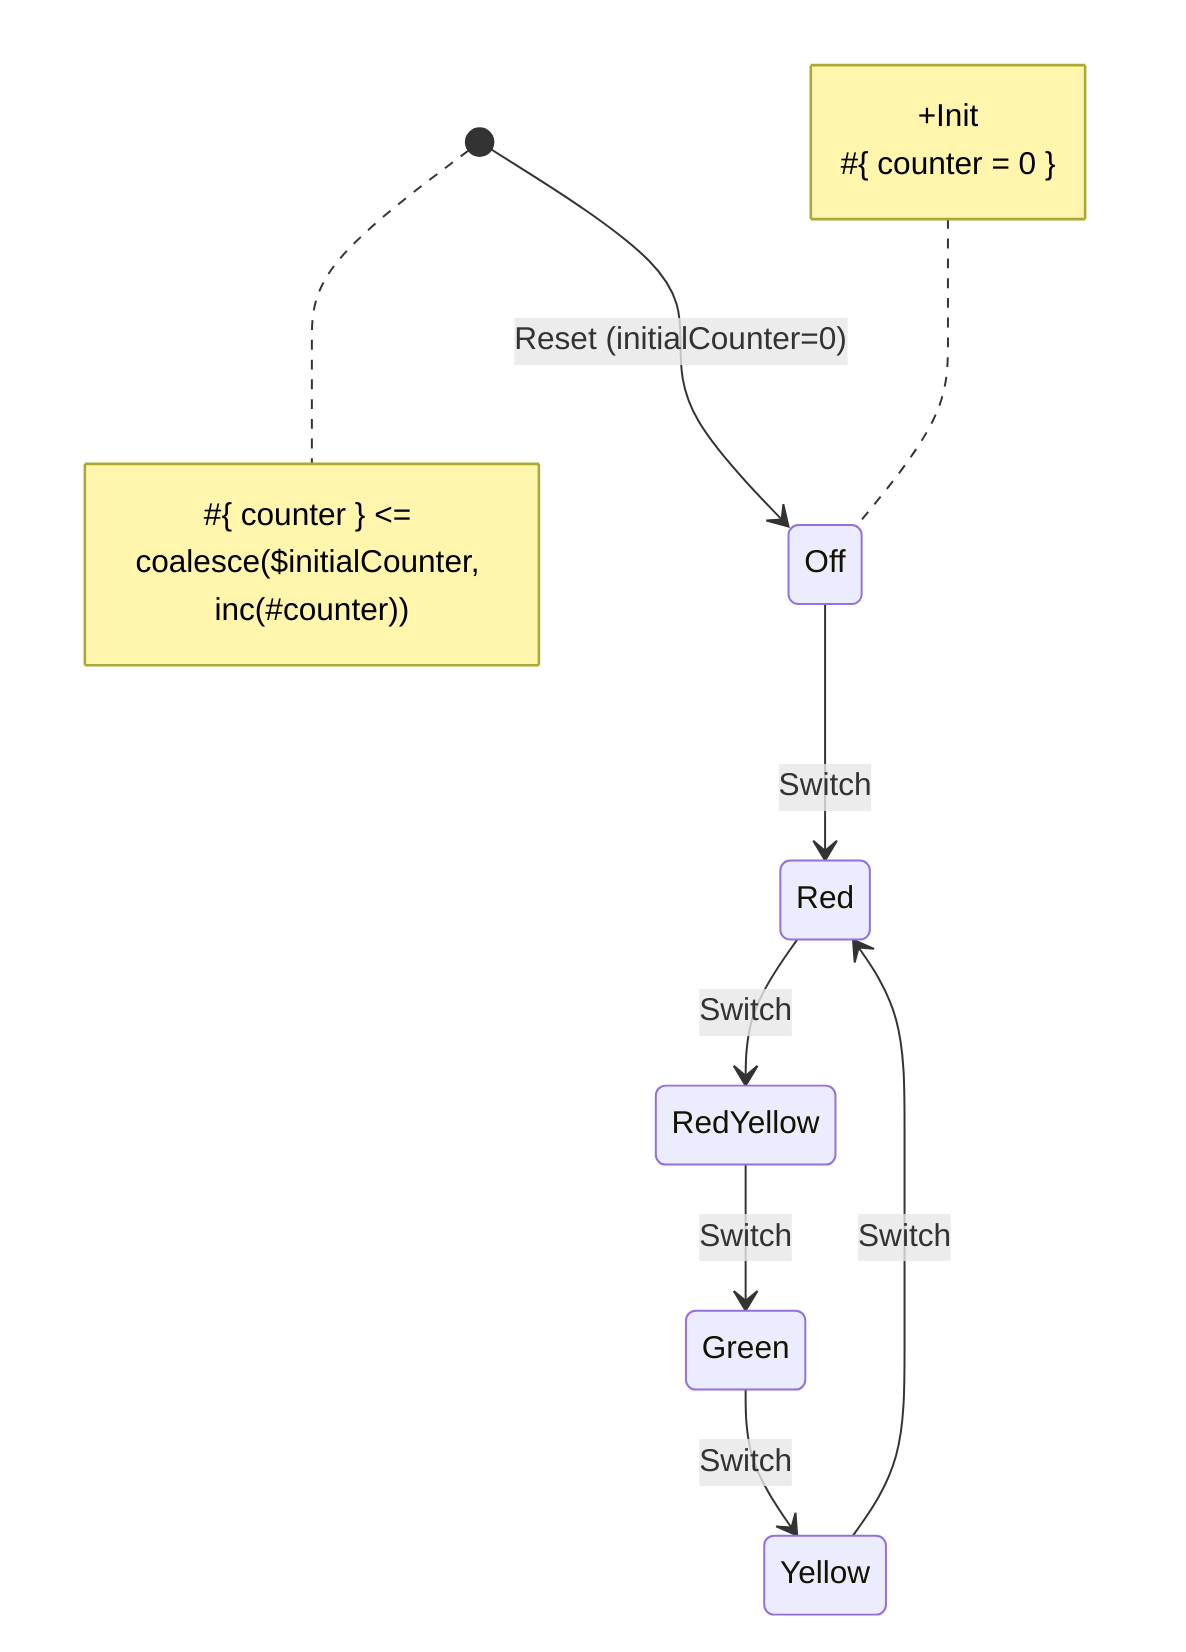
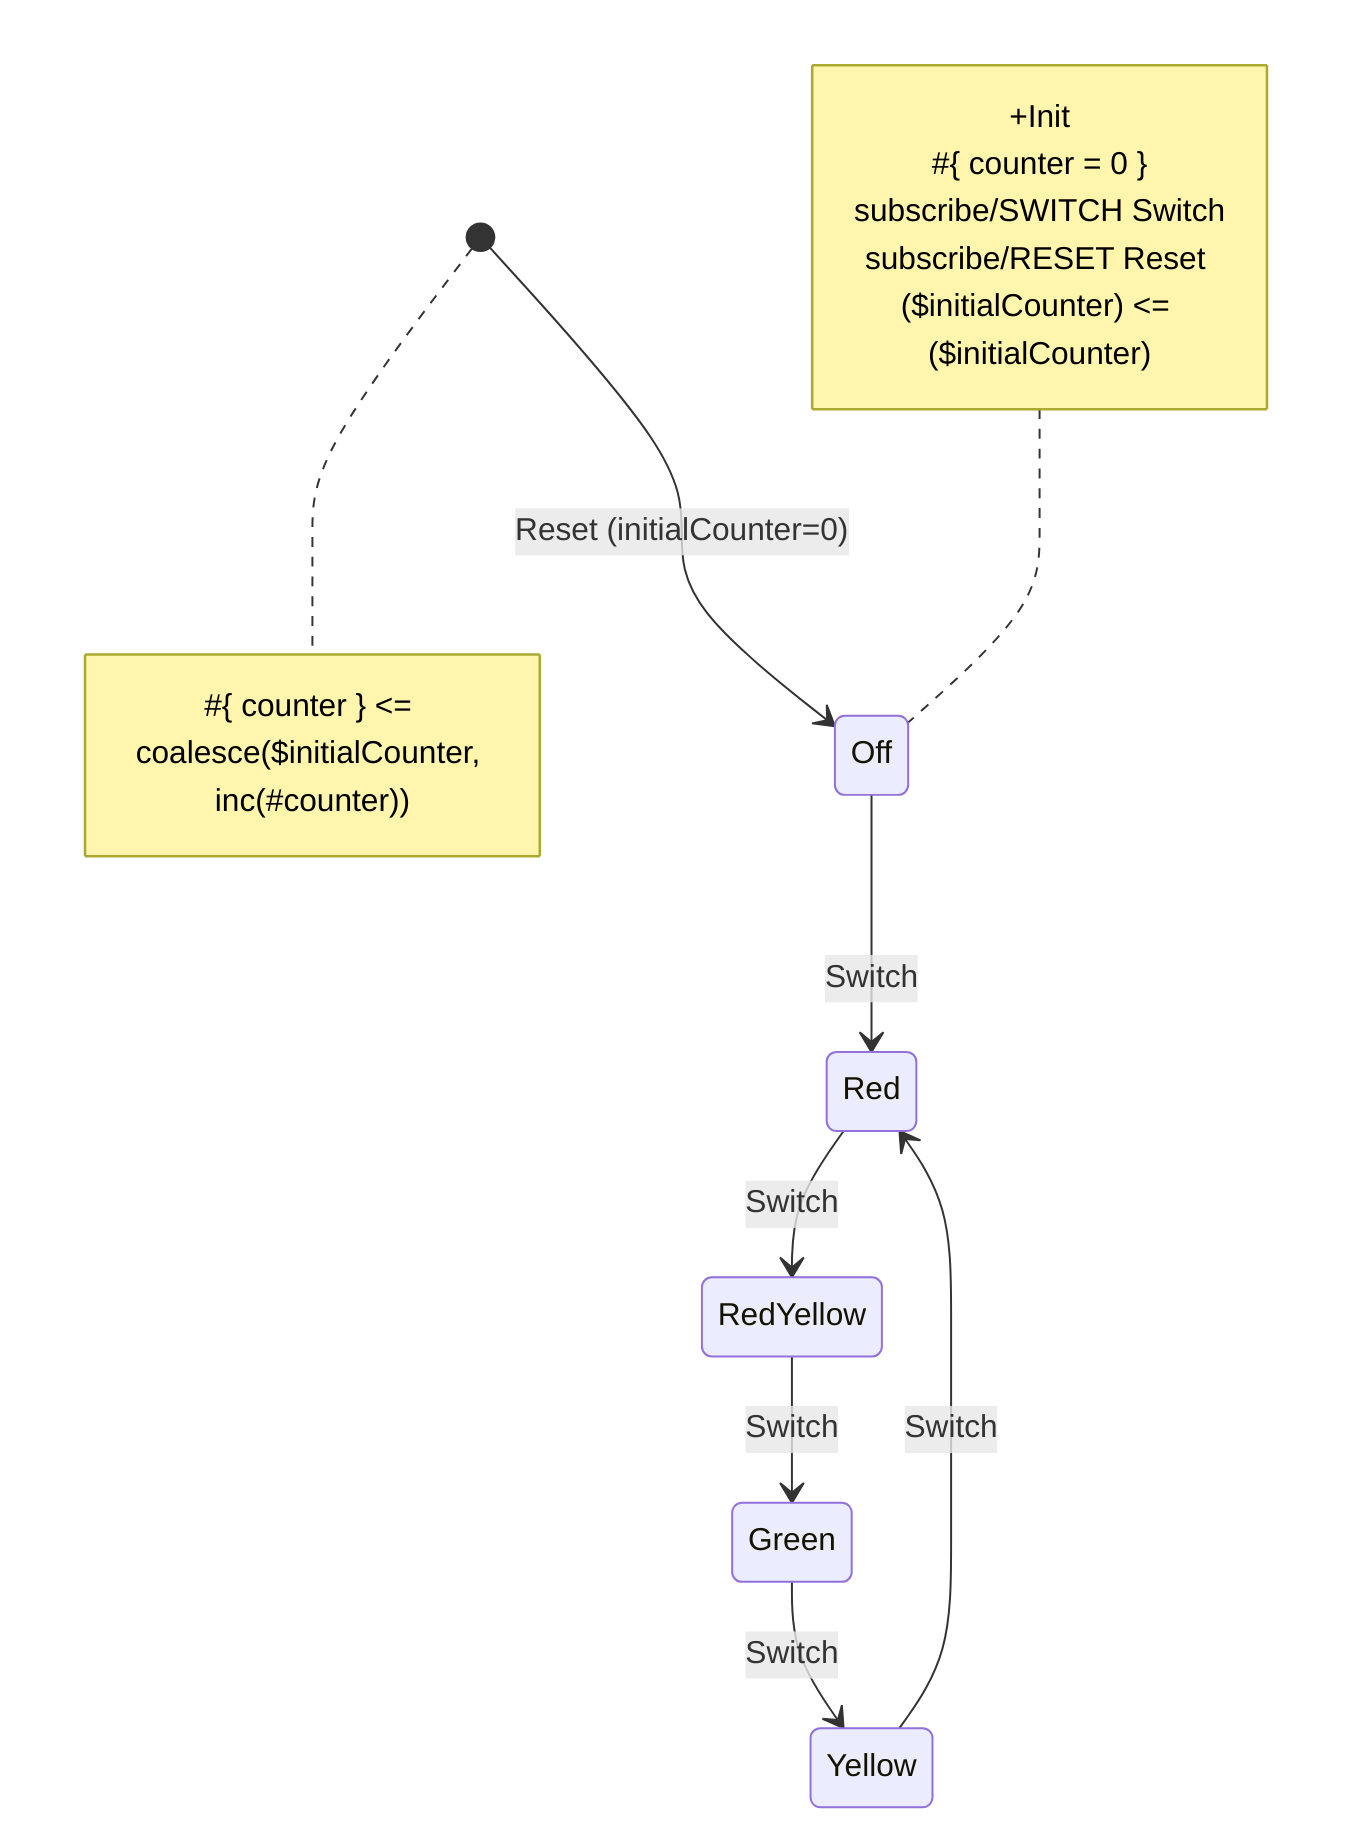
stateDiagram-v2
	[*] --> Off: Reset (initialCounter=0)
	Off --> Red: Switch
	Red --> RedYellow: Switch
	RedYellow --> Green: Switch
	Green --> Yellow: Switch
	Yellow --> Red: Switch
note right of [*]
#{ counter } <= coalesce($initialCounter, inc(#counter))
end note

note left of Off
+Init
#{ counter = 0 }
+ subscribe/SWITCH Switch
+ subscribe/RESET Reset ($initialCounter) <= ($initialCounter)
end note
